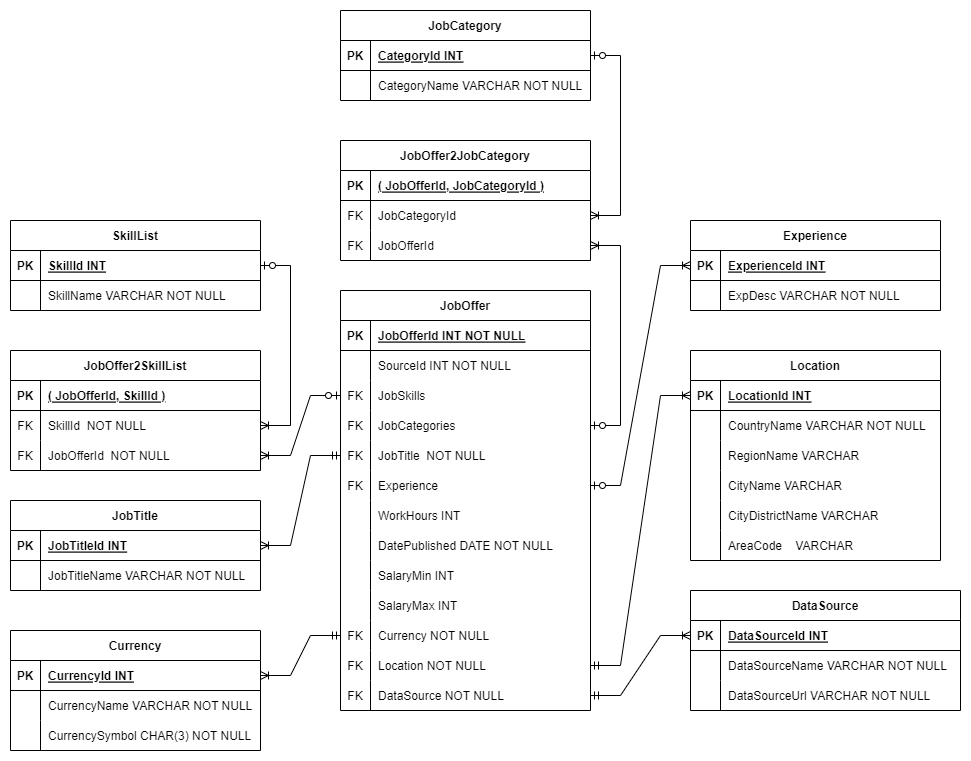
mygitbob/feb24_project_job-market keeps this draw.io diagram as report/dataModel.V9.drawio.png. Above is the earlier version. Source tidied: cells renumbered, new cells last; positions are measured from the earlier drawing's top-left corner, leaving out a move shared by most shapes.
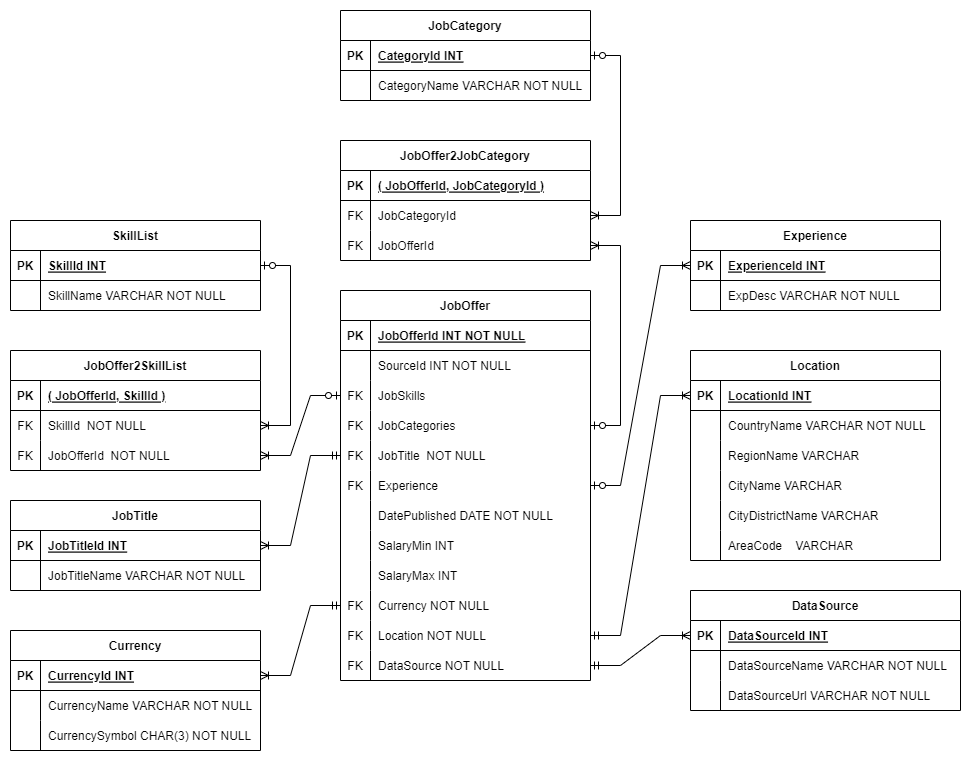
After the change.

The edit, as a diff of the source:
```diff
@@ -3,7 +3,7 @@
     <mxCell id="0" />
     <mxCell id="1" parent="0" />
     <mxCell id="2" value="JobOffer" style="shape=table;startSize=30;rowLines=0;fontStyle=1;align=center;" parent="1" vertex="1">
-      <mxGeometry x="400" y="280" width="250" height="420" as="geometry" />
+      <mxGeometry x="400" y="280" width="250" height="390" as="geometry" />
     </mxCell>
     <mxCell id="3" style="shape=partialRectangle;fillColor=none;top=0;left=0;right=0;bottom=1;" parent="2" vertex="1">
       <mxGeometry y="30" width="250" height="30" as="geometry" />
@@ -59,17 +59,8 @@
     <mxCell id="20" value="Experience" style="shape=partialRectangle;overflow=hidden;fillColor=none;top=0;left=0;bottom=0;right=0;align=left;spacingLeft=6;" parent="18" vertex="1">
       <mxGeometry x="30" width="220" height="30" as="geometry" />
     </mxCell>
-    <mxCell id="21" style="shape=partialRectangle;fillColor=none;top=0;left=0;right=0;bottom=0;" parent="2" vertex="1">
-      <mxGeometry y="210" width="250" height="30" as="geometry" />
-    </mxCell>
-    <mxCell id="22" style="shape=partialRectangle;overflow=hidden;fillColor=none;top=0;left=0;bottom=0;right=0;" parent="21" vertex="1">
-      <mxGeometry width="30" height="30" as="geometry" />
-    </mxCell>
-    <mxCell id="23" value="WorkHours INT" style="shape=partialRectangle;overflow=hidden;fillColor=none;top=0;left=0;bottom=0;right=0;align=left;spacingLeft=6;" parent="21" vertex="1">
-      <mxGeometry x="30" width="220" height="30" as="geometry" />
-    </mxCell>
     <mxCell id="24" style="shape=partialRectangle;fillColor=none;top=0;left=0;right=0;bottom=0;" parent="2" vertex="1">
-      <mxGeometry y="240" width="250" height="30" as="geometry" />
+      <mxGeometry y="210" width="250" height="30" as="geometry" />
     </mxCell>
     <mxCell id="25" style="shape=partialRectangle;overflow=hidden;fillColor=none;top=0;left=0;bottom=0;right=0;" parent="24" vertex="1">
       <mxGeometry width="30" height="30" as="geometry" />
@@ -78,7 +69,7 @@
       <mxGeometry x="30" width="220" height="30" as="geometry" />
     </mxCell>
     <mxCell id="27" style="shape=partialRectangle;fillColor=none;top=0;left=0;right=0;bottom=0;" parent="2" vertex="1">
-      <mxGeometry y="270" width="250" height="30" as="geometry" />
+      <mxGeometry y="240" width="250" height="30" as="geometry" />
     </mxCell>
     <mxCell id="28" style="shape=partialRectangle;overflow=hidden;fillColor=none;top=0;left=0;bottom=0;right=0;" parent="27" vertex="1">
       <mxGeometry width="30" height="30" as="geometry" />
@@ -87,7 +78,7 @@
       <mxGeometry x="30" width="220" height="30" as="geometry" />
     </mxCell>
     <mxCell id="30" style="shape=partialRectangle;fillColor=none;top=0;left=0;right=0;bottom=0;" parent="2" vertex="1">
-      <mxGeometry y="300" width="250" height="30" as="geometry" />
+      <mxGeometry y="270" width="250" height="30" as="geometry" />
     </mxCell>
     <mxCell id="31" style="shape=partialRectangle;overflow=hidden;fillColor=none;top=0;left=0;bottom=0;right=0;" parent="30" vertex="1">
       <mxGeometry width="30" height="30" as="geometry" />
@@ -96,7 +87,7 @@
       <mxGeometry x="30" width="220" height="30" as="geometry" />
     </mxCell>
     <mxCell id="33" style="shape=partialRectangle;fillColor=none;points=[[0,0.5],[1,0.5]];portConstraint=eastwest;top=0;left=0;right=0;bottom=0;" parent="2" vertex="1">
-      <mxGeometry y="330" width="250" height="30" as="geometry" />
+      <mxGeometry y="300" width="250" height="30" as="geometry" />
     </mxCell>
     <mxCell id="34" value="FK" style="shape=partialRectangle;overflow=hidden;fillColor=none;top=0;left=0;bottom=0;right=0;" parent="33" vertex="1">
       <mxGeometry width="30" height="30" as="geometry" />
@@ -105,7 +96,7 @@
       <mxGeometry x="30" width="220" height="30" as="geometry" />
     </mxCell>
     <mxCell id="36" style="shape=partialRectangle;fillColor=none;points=[[0,0.5],[1,0.5]];portConstraint=eastwest;top=0;left=0;right=0;bottom=0;" parent="2" vertex="1">
-      <mxGeometry y="360" width="250" height="30" as="geometry" />
+      <mxGeometry y="330" width="250" height="30" as="geometry" />
     </mxCell>
     <mxCell id="37" value="FK" style="shape=partialRectangle;overflow=hidden;fillColor=none;top=0;left=0;bottom=0;right=0;" parent="36" vertex="1">
       <mxGeometry width="30" height="30" as="geometry" />
@@ -114,7 +105,7 @@
       <mxGeometry x="30" width="220" height="30" as="geometry" />
     </mxCell>
     <mxCell id="39" style="shape=partialRectangle;fillColor=none;points=[[0,0.5],[1,0.5]];portConstraint=eastwest;top=0;left=0;right=0;bottom=0;" parent="2" vertex="1">
-      <mxGeometry y="390" width="250" height="30" as="geometry" />
+      <mxGeometry y="360" width="250" height="30" as="geometry" />
     </mxCell>
     <mxCell id="40" value="FK" style="shape=partialRectangle;overflow=hidden;fillColor=none;top=0;left=0;bottom=0;right=0;" parent="39" vertex="1">
       <mxGeometry width="30" height="30" as="geometry" />
```
